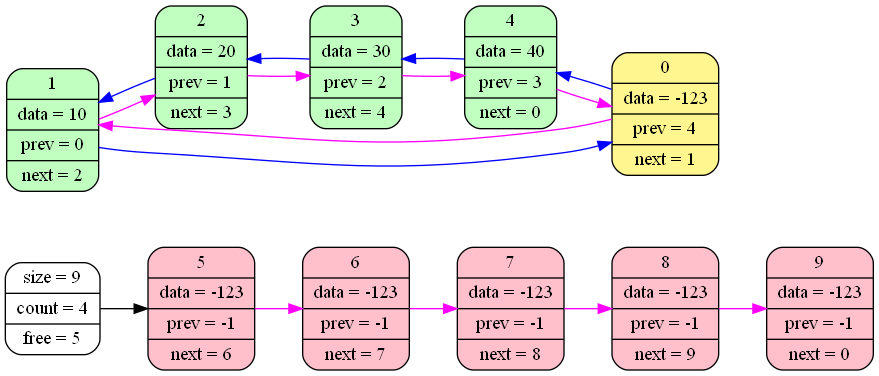
Earlier version of the Graphviz export Dump.png (maachs/List). Its source is kept beside it as Dump.dot. The source it was exported from:
```dot
digraph G
{
   rankdir=LR;
   info [shape = Mrecord,  label = "size =   9 | count =   4 | free =   5" ];
   1 [shape = Mrecord, style = "filled", fillcolor = "darkseagreen1",label = "  1 | data =      10 | prev =   0 | next =   2" ];
   2 [shape = Mrecord, style = "filled", fillcolor = "darkseagreen1",label = "  2 | data =      20 | prev =   1 | next =   3" ];
   3 [shape = Mrecord, style = "filled", fillcolor = "darkseagreen1",label = "  3 | data =      30 | prev =   2 | next =   4" ];
   4 [shape = Mrecord, style = "filled", fillcolor = "darkseagreen1",label = "  4 | data =      40 | prev =   3 | next =   0" ];
   0 [shape = Mrecord, style = "filled", fillcolor = "khaki1",label = "  0 | data =    -123 | prev =   4 | next =   1" ];
   5 [shape = Mrecord, style = "filled", fillcolor = "pink",label = "  5 | data =    -123 | prev =  -1 | next =   6" ];
   6 [shape = Mrecord, style = "filled", fillcolor = "pink",label = "  6 | data =    -123 | prev =  -1 | next =   7" ];
   7 [shape = Mrecord, style = "filled", fillcolor = "pink",label = "  7 | data =    -123 | prev =  -1 | next =   8" ];
   8 [shape = Mrecord, style = "filled", fillcolor = "pink",label = "  8 | data =    -123 | prev =  -1 | next =   9" ];
   9 [shape = Mrecord, style = "filled", fillcolor = "pink",label = "  9 | data =    -123 | prev =  -1 | next =   0" ];
info -> 5;
   edge[color="fuchsia"];
   0 -> 1;
   1 -> 2;
   2 -> 3;
   3 -> 4;
   4 -> 0;
   5 -> 6;
   6 -> 7;
   7 -> 8;
   8 -> 9;
   edge[color="blue"];
   0 -> 4;
   1 -> 0;
   2 -> 1;
   3 -> 2;
   4 -> 3;
}
```
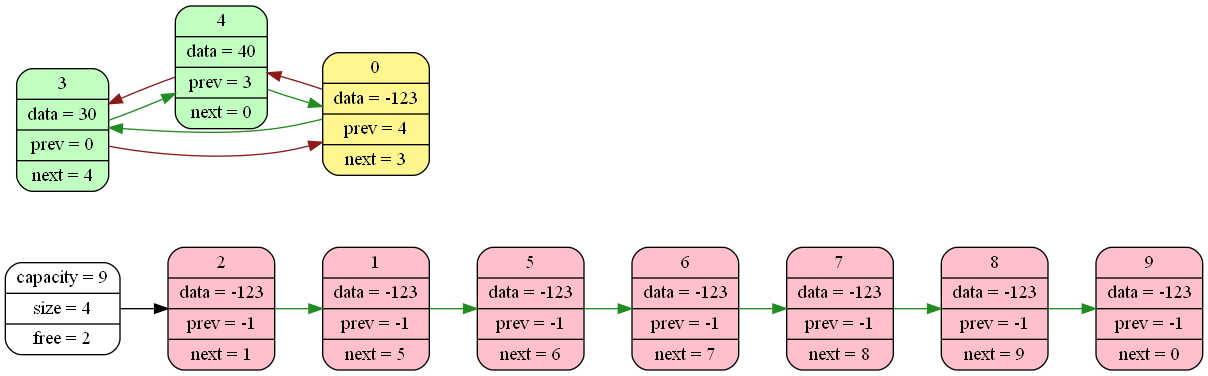
After the change.

Commit message:
set color + define

Change to the diagram source:
```diff
@@ -1,32 +1,30 @@
 digraph G
 {
    rankdir=LR;
-   info [shape = Mrecord,  label = "size =   9 | count =   4 | free =   5" ];
-   1 [shape = Mrecord, style = "filled", fillcolor = "darkseagreen1",label = "  1 | data =      10 | prev =   0 | next =   2" ];
-   2 [shape = Mrecord, style = "filled", fillcolor = "darkseagreen1",label = "  2 | data =      20 | prev =   1 | next =   3" ];
-   3 [shape = Mrecord, style = "filled", fillcolor = "darkseagreen1",label = "  3 | data =      30 | prev =   2 | next =   4" ];
+   info [shape = Mrecord,  label = "capacity =   9 | size =   4 | free =   2" ];
+   3 [shape = Mrecord, style = "filled", fillcolor = "darkseagreen1",label = "  3 | data =      30 | prev =   0 | next =   4" ];
    4 [shape = Mrecord, style = "filled", fillcolor = "darkseagreen1",label = "  4 | data =      40 | prev =   3 | next =   0" ];
-   0 [shape = Mrecord, style = "filled", fillcolor = "khaki1",label = "  0 | data =    -123 | prev =   4 | next =   1" ];
+   0 [shape = Mrecord, style = "filled", fillcolor = "khaki1",label = "  0 | data =    -123 | prev =   4 | next =   3" ];
+   2 [shape = Mrecord, style = "filled", fillcolor = "pink",label = "  2 | data =    -123 | prev =  -1 | next =   1" ];
+   1 [shape = Mrecord, style = "filled", fillcolor = "pink",label = "  1 | data =    -123 | prev =  -1 | next =   5" ];
    5 [shape = Mrecord, style = "filled", fillcolor = "pink",label = "  5 | data =    -123 | prev =  -1 | next =   6" ];
    6 [shape = Mrecord, style = "filled", fillcolor = "pink",label = "  6 | data =    -123 | prev =  -1 | next =   7" ];
    7 [shape = Mrecord, style = "filled", fillcolor = "pink",label = "  7 | data =    -123 | prev =  -1 | next =   8" ];
    8 [shape = Mrecord, style = "filled", fillcolor = "pink",label = "  8 | data =    -123 | prev =  -1 | next =   9" ];
    9 [shape = Mrecord, style = "filled", fillcolor = "pink",label = "  9 | data =    -123 | prev =  -1 | next =   0" ];
-info -> 5;
-   edge[color="fuchsia"];
-   0 -> 1;
-   1 -> 2;
-   2 -> 3;
+info -> 2;
+   edge[color="forestgreen"];
+   0 -> 3;
+   1 -> 5;
+   2 -> 1;
    3 -> 4;
    4 -> 0;
    5 -> 6;
    6 -> 7;
    7 -> 8;
    8 -> 9;
-   edge[color="blue"];
+   edge[color="firebrick4"];
    0 -> 4;
-   1 -> 0;
-   2 -> 1;
-   3 -> 2;
+   3 -> 0;
    4 -> 3;
 }
```
